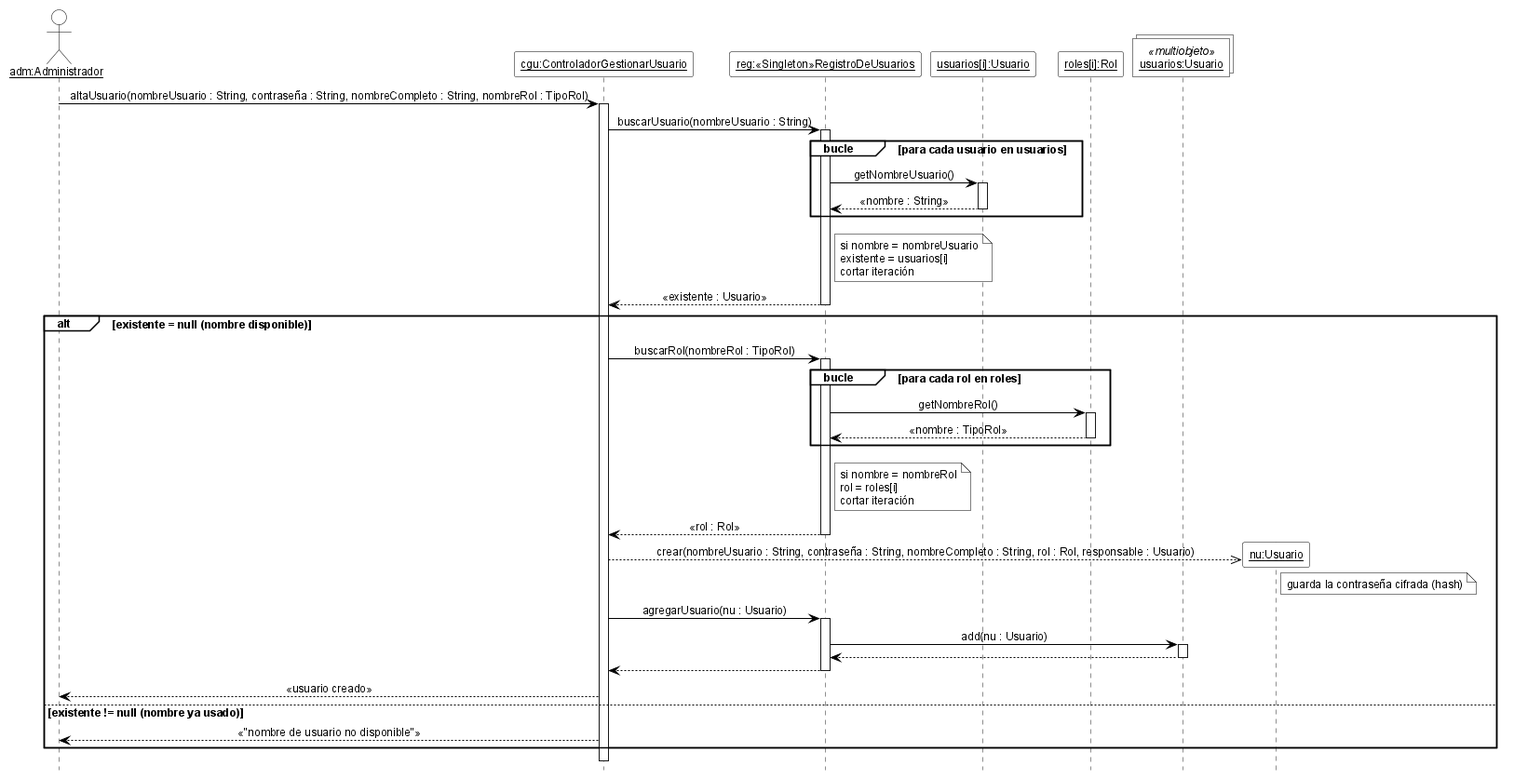
Above: 08-Diagrama De Secuencia/DSD_CU-02_altaUsuario.png in cirotop/Stock-Project (PlantUML), before the change. The source it was exported from:
```plantuml
@startuml DSD_CU-02_altaUsuario
hide footbox
skinparam shadowing false
skinparam defaultFontName Arial
skinparam defaultFontSize 12
skinparam sequenceMessageAlign center
skinparam ArrowColor black
skinparam ParticipantBackgroundColor white
skinparam ParticipantBorderColor black
skinparam CollectionsBackgroundColor white
skinparam CollectionsBorderColor black
skinparam ActorBackgroundColor white
skinparam ActorBorderColor black
skinparam LifeLineBorderColor black
skinparam LifeLineBackgroundColor white
skinparam SequenceGroupBackgroundColor white
skinparam SequenceGroupBorderColor black
skinparam SequenceGroupHeaderFontColor black
skinparam NoteBackgroundColor white
skinparam NoteBorderColor black

actor "<u>adm:Administrador</u>" as adm
participant "<u>cgu:ControladorGestionarUsuario</u>" as cgu
participant "<u>reg:«Singleton»RegistroDeUsuarios</u>" as reg
participant "<u>usuarios[i]:Usuario</u>" as ui
participant "<u>roles[i]:Rol</u>" as ri
collections "<u>usuarios:Usuario</u>" as mu <<multiobjeto>>

adm -> cgu ++ : altaUsuario(nombreUsuario : String, contraseña : String, nombreCompleto : String, nombreRol : TipoRol)
cgu -> reg ++ : buscarUsuario(nombreUsuario : String)
group bucle [para cada usuario en usuarios]
  reg -> ui ++ : getNombreUsuario()
  ui --> reg -- : «nombre : String»
end
note right of reg
  si nombre = nombreUsuario
  existente = usuarios[i]
  cortar iteración
end note
reg --> cgu -- : «existente : Usuario»
alt existente = null (nombre disponible)
  cgu -> reg ++ : buscarRol(nombreRol : TipoRol)
  group bucle [para cada rol en roles]
    reg -> ri ++ : getNombreRol()
    ri --> reg -- : «nombre : TipoRol»
  end
  note right of reg
    si nombre = nombreRol
    rol = roles[i]
    cortar iteración
  end note
  reg --> cgu -- : «rol : Rol»
  create participant "<u>nu:Usuario</u>" as nu
  cgu -->> nu : crear(nombreUsuario : String, contraseña : String, nombreCompleto : String, rol : Rol, responsable : Usuario)
  note right of nu : guarda la contraseña cifrada (hash)
  cgu -> reg ++ : agregarUsuario(nu : Usuario)
  reg -> mu ++ : add(nu : Usuario)
  mu --> reg --
  reg --> cgu --
  cgu --> adm : «usuario creado»
else existente != null (nombre ya usado)
  cgu --> adm : «"nombre de usuario no disponible"»
end
deactivate cgu

@enduml
```
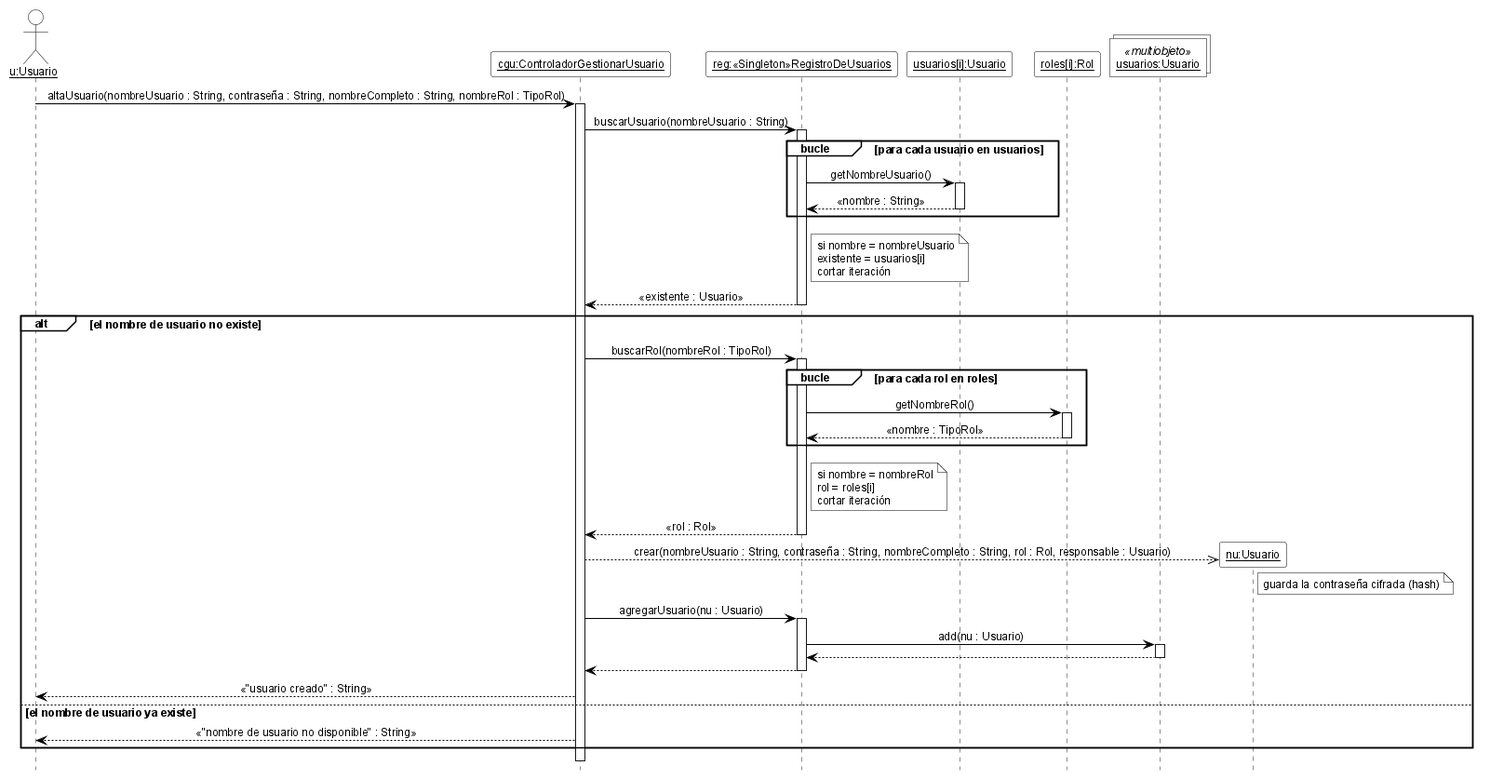
The same file after the commit.

What changed in the source:
```diff
@@ -19,14 +19,14 @@
 skinparam NoteBackgroundColor white
 skinparam NoteBorderColor black
 
-actor "<u>adm:Administrador</u>" as adm
+actor "<u>u:Usuario</u>" as u
 participant "<u>cgu:ControladorGestionarUsuario</u>" as cgu
 participant "<u>reg:«Singleton»RegistroDeUsuarios</u>" as reg
 participant "<u>usuarios[i]:Usuario</u>" as ui
 participant "<u>roles[i]:Rol</u>" as ri
 collections "<u>usuarios:Usuario</u>" as mu <<multiobjeto>>
 
-adm -> cgu ++ : altaUsuario(nombreUsuario : String, contraseña : String, nombreCompleto : String, nombreRol : TipoRol)
+u -> cgu ++ : altaUsuario(nombreUsuario : String, contraseña : String, nombreCompleto : String, nombreRol : TipoRol)
 cgu -> reg ++ : buscarUsuario(nombreUsuario : String)
 group bucle [para cada usuario en usuarios]
   reg -> ui ++ : getNombreUsuario()
@@ -38,7 +38,7 @@
   cortar iteración
 end note
 reg --> cgu -- : «existente : Usuario»
-alt existente = null (nombre disponible)
+alt el nombre de usuario no existe
   cgu -> reg ++ : buscarRol(nombreRol : TipoRol)
   group bucle [para cada rol en roles]
     reg -> ri ++ : getNombreRol()
@@ -57,9 +57,9 @@
   reg -> mu ++ : add(nu : Usuario)
   mu --> reg --
   reg --> cgu --
-  cgu --> adm : «usuario creado»
-else existente != null (nombre ya usado)
-  cgu --> adm : «"nombre de usuario no disponible"»
+  cgu --> u : «"usuario creado" : String»
+else el nombre de usuario ya existe
+  cgu --> u : «"nombre de usuario no disponible" : String»
 end
 deactivate cgu
 
```
